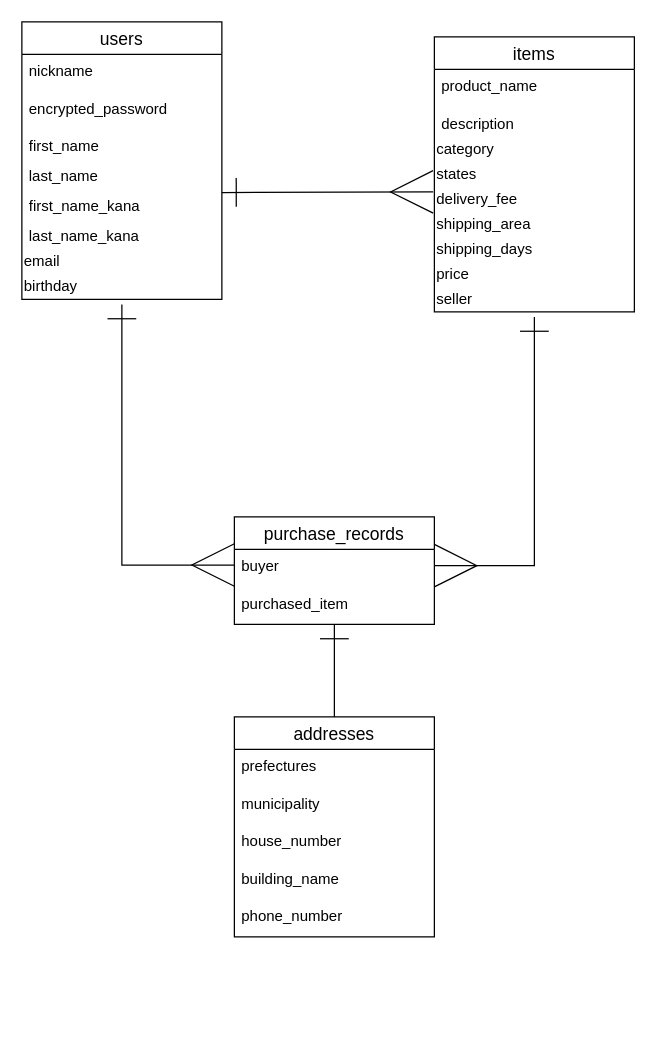
Earlier version of the draw.io diagram furima.dio (ogu0620/furima-30975). Source tidied: cells renumbered, new cells numbered last; positions are measured from the earlier drawing's top-left corner, leaving out a move shared by most shapes. Both pictures are drawn from the tidied source at 125%, with x=0, y=0 at pixel (21, 21).
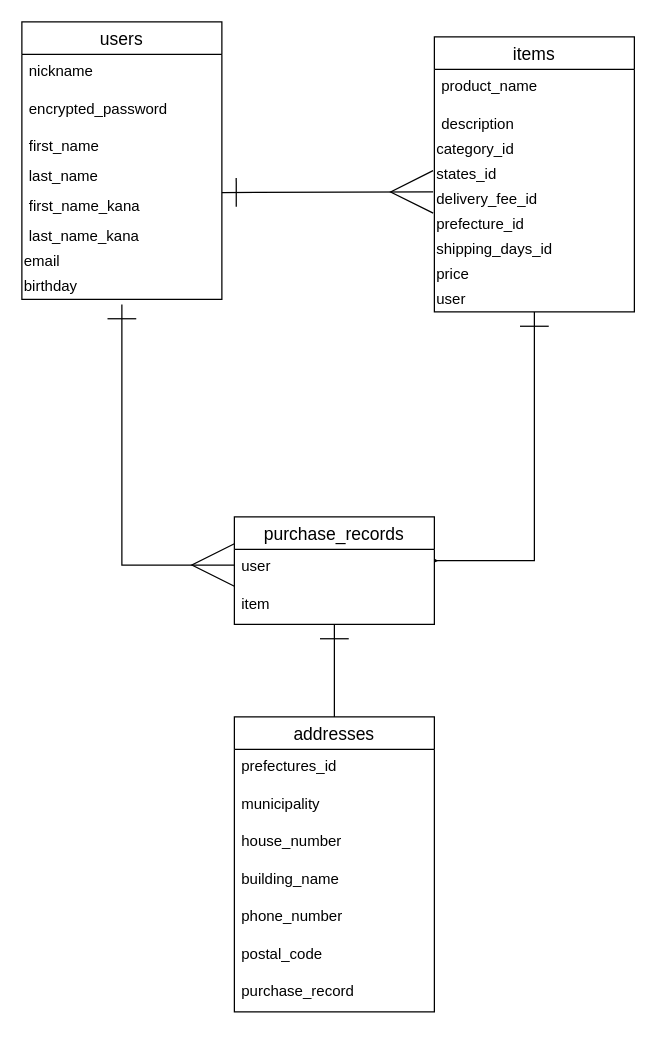
Above is the later version.

Commit message (it also covers changes not shown here):
データベース設計修正３

The change refers to these unchanged cells:
```xml
<mxCell id="11" value="items" style="swimlane;fontStyle=0;horizontal=1;startSize=26;align=center;fontSize=14;" parent="1" vertex="1">
  <mxGeometry x="330" y="12" width="160" height="220" as="geometry" />
</mxCell>
<mxCell id="21" value="purchase_records" style="swimlane;fontStyle=0;horizontal=1;startSize=26;align=center;fontSize=14;" parent="1" vertex="1">
  <mxGeometry x="170" y="396" width="160" height="86" as="geometry" />
</mxCell>
```

What changed in the source:
```diff
@@
-    <mxCell id="14" value="category" style="text;html=1;align=left;verticalAlign=middle;fillColor=none;strokeColor=none;rounded=0;" parent="11" vertex="1">
+    <mxCell id="14" value="category_id" style="text;html=1;align=left;verticalAlign=middle;fillColor=none;strokeColor=none;rounded=0;" parent="11" vertex="1">
       <mxGeometry y="80" width="160" height="20" as="geometry" />
     </mxCell>
-    <mxCell id="15" value="states" style="text;html=1;align=left;verticalAlign=middle;fillColor=none;strokeColor=none;rounded=0;" parent="11" vertex="1">
+    <mxCell id="15" value="states_id" style="text;html=1;align=left;verticalAlign=middle;fillColor=none;strokeColor=none;rounded=0;" parent="11" vertex="1">
       <mxGeometry y="100" width="160" height="20" as="geometry" />
     </mxCell>
-    <mxCell id="16" value="delivery_fee" style="text;html=1;align=left;verticalAlign=middle;fillColor=none;strokeColor=none;rounded=0;" parent="11" vertex="1">
+    <mxCell id="16" value="delivery_fee_id" style="text;html=1;align=left;verticalAlign=middle;fillColor=none;strokeColor=none;rounded=0;" parent="11" vertex="1">
       <mxGeometry y="120" width="160" height="20" as="geometry" />
     </mxCell>
-    <mxCell id="17" value="shipping_area" style="text;html=1;align=left;verticalAlign=middle;fillColor=none;strokeColor=none;rounded=0;" parent="11" vertex="1">
+    <mxCell id="17" value="prefecture_id" style="text;html=1;align=left;verticalAlign=middle;fillColor=none;strokeColor=none;rounded=0;" parent="11" vertex="1">
       <mxGeometry y="140" width="160" height="20" as="geometry" />
     </mxCell>
-    <mxCell id="18" value="shipping_days" style="text;html=1;align=left;verticalAlign=middle;fillColor=none;strokeColor=none;rounded=0;" parent="11" vertex="1">
+    <mxCell id="18" value="shipping_days_id" style="text;html=1;align=left;verticalAlign=middle;fillColor=none;strokeColor=none;rounded=0;" parent="11" vertex="1">
       <mxGeometry y="160" width="160" height="20" as="geometry" />
     </mxCell>
@@
-    <mxCell id="20" value="seller" style="text;html=1;align=left;verticalAlign=middle;fillColor=none;strokeColor=none;rounded=0;" parent="11" vertex="1">
+    <mxCell id="20" value="user" style="text;html=1;align=left;verticalAlign=middle;fillColor=none;strokeColor=none;rounded=0;" parent="11" vertex="1">
       <mxGeometry y="200" width="160" height="20" as="geometry" />
     </mxCell>
@@
-    <mxCell id="22" value="buyer" style="text;strokeColor=none;fillColor=none;spacingLeft=4;spacingRight=4;overflow=hidden;fontSize=12;" parent="21" vertex="1">
+    <mxCell id="22" value="user" style="text;strokeColor=none;fillColor=none;spacingLeft=4;spacingRight=4;overflow=hidden;fontSize=12;" parent="21" vertex="1">
       <mxGeometry y="26" width="160" height="30" as="geometry" />
     </mxCell>
-    <mxCell id="23" value="purchased_item" style="text;strokeColor=none;fillColor=none;spacingLeft=4;spacingRight=4;overflow=hidden;points=[[0,0.5],[1,0.5]];portConstraint=eastwest;fontSize=12;" parent="21" vertex="1">
+    <mxCell id="23" value="item" style="text;strokeColor=none;fillColor=none;spacingLeft=4;spacingRight=4;overflow=hidden;points=[[0,0.5],[1,0.5]];portConstraint=eastwest;fontSize=12;" parent="21" vertex="1">
       <mxGeometry y="56" width="160" height="30" as="geometry" />
     </mxCell>
     <mxCell id="24" value="addresses" style="swimlane;fontStyle=0;horizontal=1;startSize=26;align=center;fontSize=14;" parent="1" vertex="1">
-      <mxGeometry x="170" y="556" width="160" height="176" as="geometry" />
+      <mxGeometry x="170" y="556" width="160" height="236" as="geometry" />
     </mxCell>
-    <mxCell id="25" value="prefectures" style="text;strokeColor=none;fillColor=none;spacingLeft=4;spacingRight=4;overflow=hidden;fontSize=12;" parent="24" vertex="1">
+    <mxCell id="25" value="prefectures_id" style="text;strokeColor=none;fillColor=none;spacingLeft=4;spacingRight=4;overflow=hidden;fontSize=12;" parent="24" vertex="1">
       <mxGeometry y="26" width="160" height="30" as="geometry" />
     </mxCell>
@@
+    <mxCell id="34" value="postal_code" style="text;strokeColor=none;fillColor=none;spacingLeft=4;spacingRight=4;overflow=hidden;fontSize=12;" parent="24" vertex="1">
+      <mxGeometry y="176" width="160" height="30" as="geometry" />
+    </mxCell>
+    <mxCell id="35" value="purchase_record" style="text;strokeColor=none;fillColor=none;spacingLeft=4;spacingRight=4;overflow=hidden;fontSize=12;" parent="24" vertex="1">
+      <mxGeometry y="206" width="160" height="30" as="geometry" />
+    </mxCell>
@@
-    <mxCell id="31" style="edgeStyle=orthogonalEdgeStyle;rounded=0;orthogonalLoop=1;jettySize=auto;html=1;endArrow=ERmany;endFill=0;startSize=21;endSize=32;startArrow=ERone;startFill=0;" parent="1" edge="1">
+    <mxCell id="31" style="edgeStyle=orthogonalEdgeStyle;rounded=0;orthogonalLoop=1;jettySize=auto;html=1;endArrow=ERmany;endFill=0;startSize=21;endSize=0;startArrow=ERone;startFill=0;" parent="1" edge="1">
       <mxGeometry relative="1" as="geometry">
-        <mxPoint x="410" y="236" as="sourcePoint" />
-        <mxPoint x="330" y="435" as="targetPoint" />
+        <mxPoint x="410" y="232" as="sourcePoint" />
+        <mxPoint x="330" y="431" as="targetPoint" />
         <Array as="points">
-          <mxPoint x="410" y="435" />
+          <mxPoint x="410" y="431" />
         </Array>
       </mxGeometry>
     </mxCell>
```
